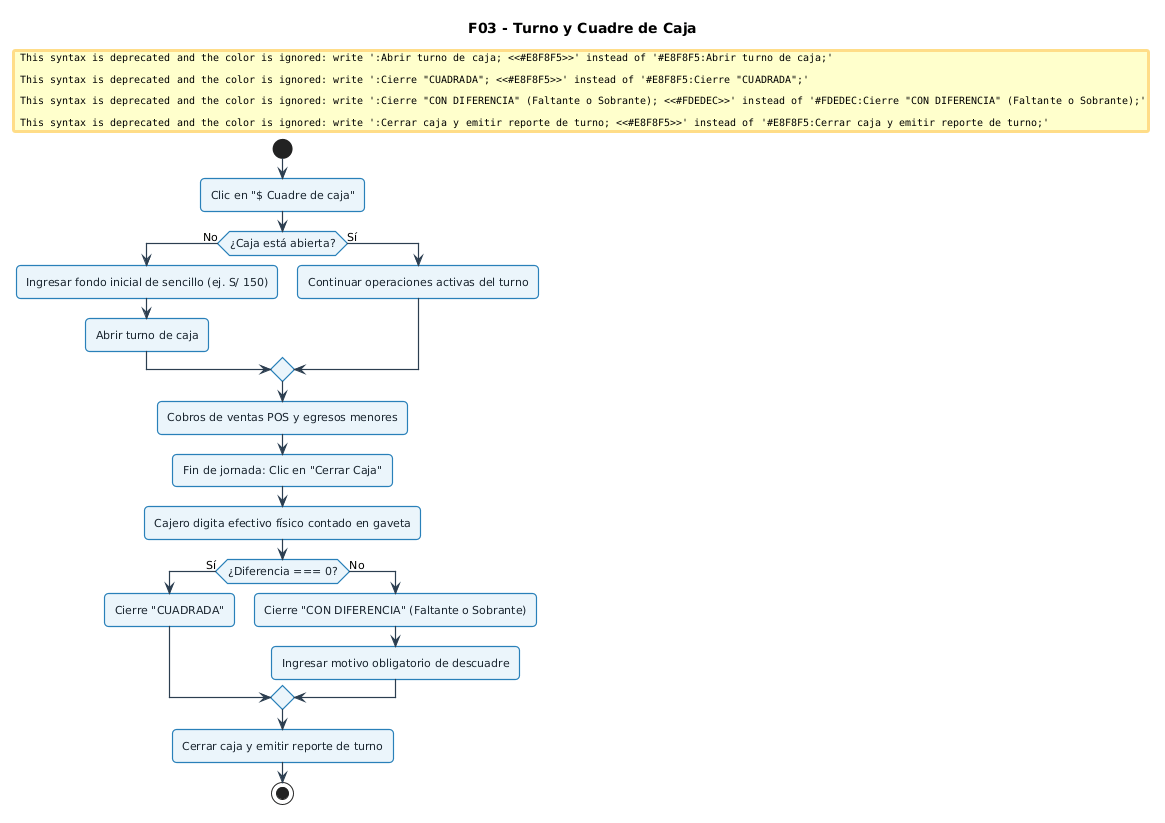
xmenil/ERP-KIPUS keeps this PlantUML diagram as docs/UML-flujos/imagenes/03_cuadre_caja_arqueo.png. Above is the earlier version.
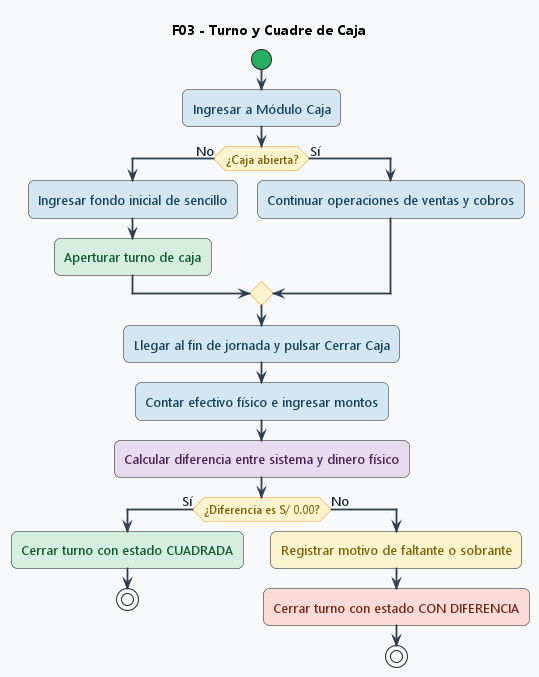
The same file after the commit.

Change to the diagram source:
```diff
@@ -1,53 +1,75 @@
 @startuml
+<style>
+activityDiagram {
+  BackgroundColor #F8F9FA
+  BorderColor #2C3E50
+  FontColor #1A252F
+  FontSize 13
+  FontName "Segoe UI", Arial, sans-serif
+  RoundCorner 12
+  Padding 10
+  Margin 8
+
+  .verde {
+    BackgroundColor #D4EFDF
+    BorderColor #27AE60
+    FontColor #145A32
+  }
+  .amarillo {
+    BackgroundColor #FCF3CF
+    BorderColor #F39C12
+    FontColor #7D6608
+  }
+  .azul {
+    BackgroundColor #D4E6F1
+    BorderColor #2980B9
+    FontColor #154360
+  }
+  .morado {
+    BackgroundColor #E8DAEF
+    BorderColor #8E44AD
+    FontColor #4A235A
+  }
+  .rojo {
+    BackgroundColor #FADBD8
+    BorderColor #C0392B
+    FontColor #78281F
+  }
+}
+</style>
+
 skinparam defaultFontName "Segoe UI", Arial, sans-serif
-skinparam defaultFontSize 11
-skinparam roundCorner 8
-skinparam shadowing false
 skinparam ArrowColor #2C3E50
-skinparam ArrowThickness 1.2
-
-skinparam activity {
-  BackgroundColor #EBF5FB
-  BorderColor #2980B9
-  BorderThickness 1.2
-  FontColor #1A252F
-}
-skinparam decision {
-  BackgroundColor #FEF9E7
-  BorderColor #F39C12
-  BorderThickness 1.2
-  FontColor #7D6608
-}
-skinparam start {
-  Color #27AE60
-}
-skinparam stop {
-  Color #C0392B
-}
+skinparam ArrowThickness 1.8
+skinparam activityStartColor #27AE60
+skinparam activityEndColor #C0392B
+skinparam activityDiamondBackgroundColor #FCF3CF
+skinparam activityDiamondBorderColor #F39C12
+skinparam activityDiamondFontColor #7D6608
+skinparam activityDiamondFontSize 12
 
 title F03 - Turno y Cuadre de Caja
 
 start
-:Clic en "$ Cuadre de caja";
+:Ingresar a Módulo Caja; <<azul>>
 
-if (¿Caja está abierta?) then (No)
-  :Ingresar fondo inicial de sencillo (ej. S/ 150);
-  #E8F8F5:Abrir turno de caja;
+if (¿Caja abierta?) then (No)
+  :Ingresar fondo inicial de sencillo; <<azul>>
+  :Aperturar turno de caja; <<verde>>
 else (Sí)
-  :Continuar operaciones activas del turno;
+  :Continuar operaciones de ventas y cobros; <<azul>>
 endif
 
-:Cobros de ventas POS y egresos menores;
-:Fin de jornada: Clic en "Cerrar Caja";
-:Cajero digita efectivo físico contado en gaveta;
+:Llegar al fin de jornada y pulsar Cerrar Caja; <<azul>>
+:Contar efectivo físico e ingresar montos; <<azul>>
+:Calcular diferencia entre sistema y dinero físico; <<morado>>
 
-if (¿Diferencia === 0?) then (Sí)
-  #E8F8F5:Cierre "CUADRADA";
+if (¿Diferencia es S/ 0.00?) then (Sí)
+  :Cerrar turno con estado CUADRADA; <<verde>>
+  stop
 else (No)
-  #FDEDEC:Cierre "CON DIFERENCIA" (Faltante o Sobrante);
-  :Ingresar motivo obligatorio de descuadre;
+  :Registrar motivo de faltante o sobrante; <<amarillo>>
+  :Cerrar turno con estado CON DIFERENCIA; <<rojo>>
+  stop
 endif
-
-#E8F8F5:Cerrar caja y emitir reporte de turno;
-stop
 @enduml
```
